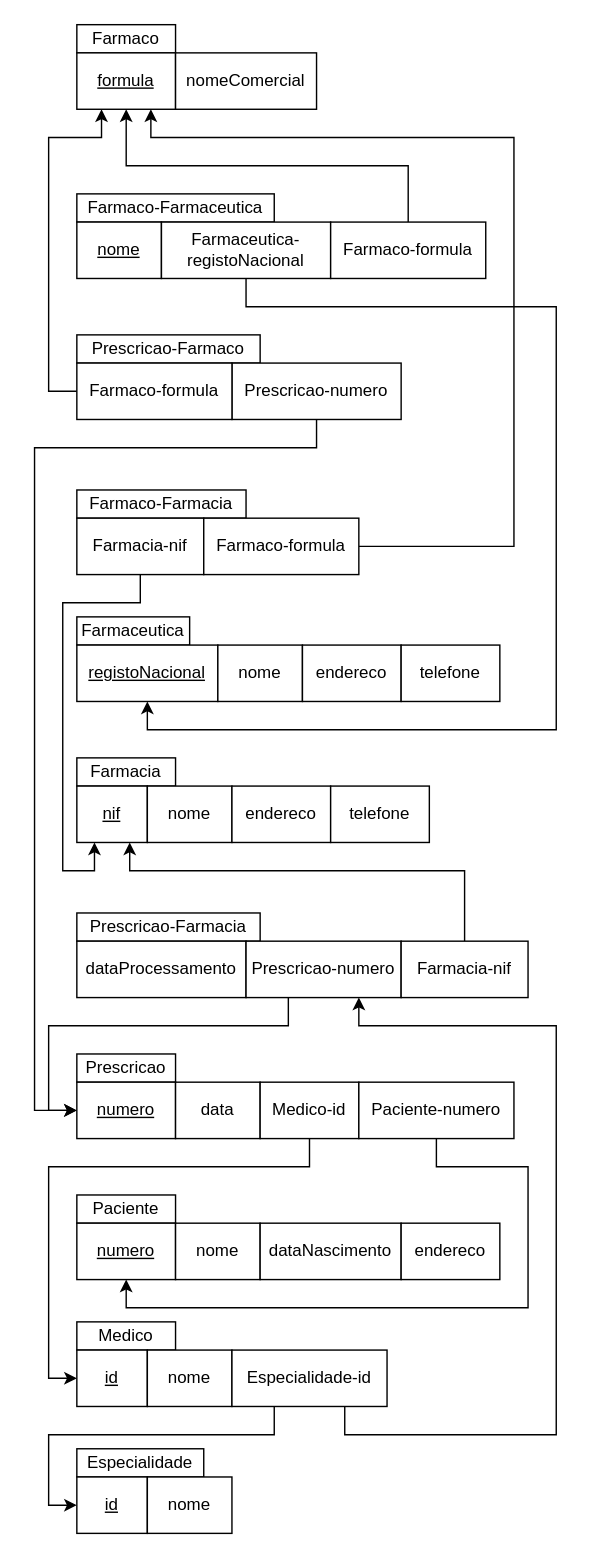
Above: 03/ex_3_3b.drawio in sebastiaoteixeira/bd-lessons (draw.io), before the change. Source tidied: cells renumbered, new cells numbered last; positions are measured from the earlier drawing's top-left corner, leaving out a move shared by most shapes. Both pictures are drawn from the tidied source at 141%, with x=0, y=0 at pixel (34, 24).
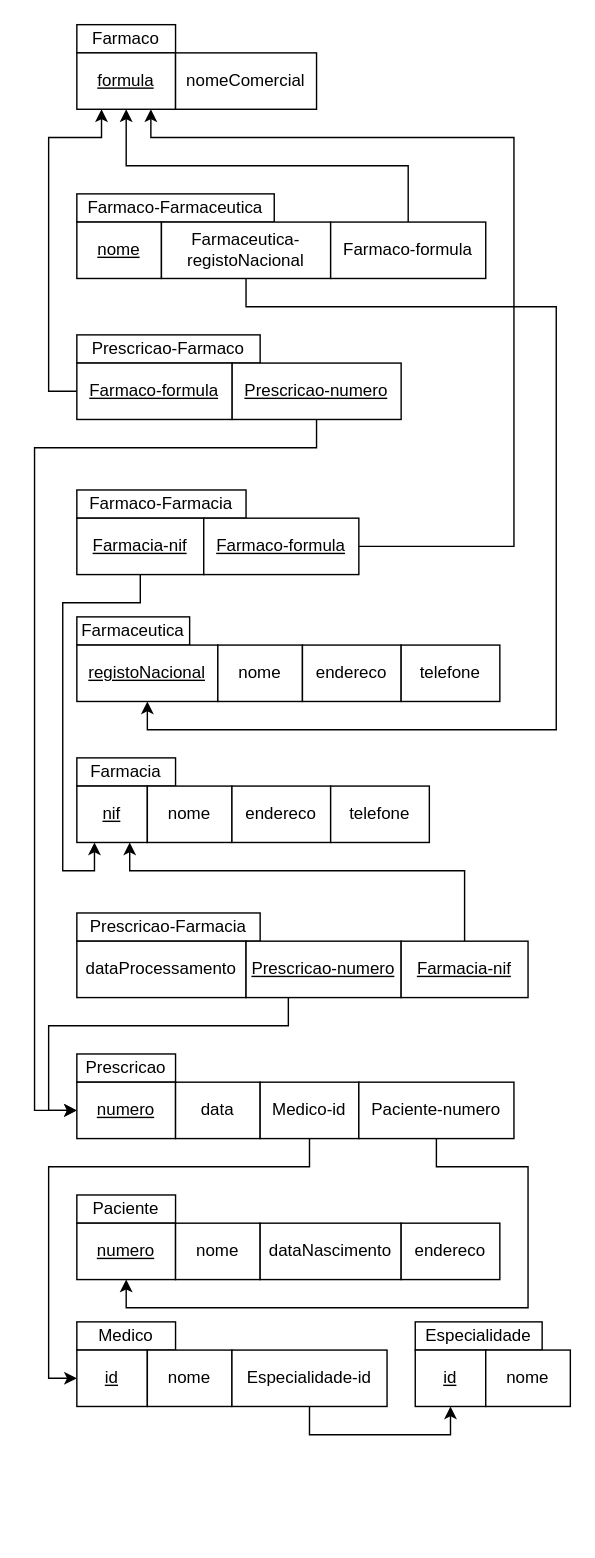
Above is the later version.

The change refers to these unchanged cells:
```xml
<mxCell id="19" value="Especialidade-id" style="rounded=0;whiteSpace=wrap;html=1;" parent="1" vertex="1">
  <mxGeometry x="140" y="940" width="110" height="40" as="geometry" />
</mxCell>
```

Diff of the diagram source:
```diff
@@
-    <mxCell id="17" style="edgeStyle=orthogonalEdgeStyle;rounded=0;jettySize=auto;html=1;" parent="1" edge="1" source="19" target="26">
-      <mxGeometry relative="1" as="geometry">
-        <Array as="points">
-          <mxPoint x="220" y="1000" />
-          <mxPoint x="370" y="1000" />
-          <mxPoint x="370" y="710" />
-          <mxPoint x="230" y="710" />
-        </Array>
-      </mxGeometry>
-    </mxCell>
-    <mxCell id="18" style="edgeStyle=orthogonalEdgeStyle;rounded=0;jettySize=auto;html=1;entryX=0;entryY=0.5;entryDx=0;entryDy=0;" parent="1" edge="1" source="19" target="21">
+    <mxCell id="18" style="edgeStyle=orthogonalEdgeStyle;rounded=0;jettySize=auto;html=1;entryX=0.5;entryY=1;entryDx=0;entryDy=0;" parent="1" edge="1" source="19" target="21">
       <mxGeometry relative="1" as="geometry">
         <Array as="points">
-          <mxPoint x="170" y="1000" />
-          <mxPoint x="10" y="1000" />
-          <mxPoint x="10" y="1050" />
+          <mxPoint x="195" y="1000" />
+          <mxPoint x="295" y="1000" />
         </Array>
       </mxGeometry>
     </mxCell>
@@
     <mxCell id="20" value="Especialidade" style="rounded=0;whiteSpace=wrap;html=1;" parent="1" vertex="1">
-      <mxGeometry x="30" y="1010" width="90" height="20" as="geometry" />
+      <mxGeometry x="270" y="920" width="90" height="20" as="geometry" />
     </mxCell>
     <mxCell id="21" value="id" style="rounded=0;whiteSpace=wrap;html=1;fontStyle=4;" parent="1" vertex="1">
-      <mxGeometry x="30" y="1030" width="50" height="40" as="geometry" />
+      <mxGeometry x="270" y="940" width="50" height="40" as="geometry" />
     </mxCell>
     <mxCell id="22" value="nome" style="rounded=0;whiteSpace=wrap;html=1;" parent="1" vertex="1">
-      <mxGeometry x="80" y="1030" width="60" height="40" as="geometry" />
+      <mxGeometry x="320" y="940" width="60" height="40" as="geometry" />
     </mxCell>
@@
-    <mxCell id="26" value="Prescricao-numero" style="rounded=0;whiteSpace=wrap;html=1;" parent="1" vertex="1">
+    <mxCell id="26" value="Prescricao-numero" style="rounded=0;whiteSpace=wrap;html=1;fontStyle=4;" parent="1" vertex="1">
       <mxGeometry x="150" y="650" width="110" height="40" as="geometry" />
     </mxCell>
@@
-    <mxCell id="28" value="Farmacia-nif" style="rounded=0;whiteSpace=wrap;html=1;" parent="1" vertex="1">
+    <mxCell id="28" value="Farmacia-nif" style="rounded=0;whiteSpace=wrap;html=1;fontStyle=4;" parent="1" vertex="1">
       <mxGeometry x="260" y="650" width="90" height="40" as="geometry" />
     </mxCell>
@@
-    <mxCell id="36" value="Prescricao-numero" style="rounded=0;whiteSpace=wrap;html=1;fontStyle=0;" parent="1" vertex="1">
+    <mxCell id="36" value="Prescricao-numero" style="rounded=0;whiteSpace=wrap;html=1;fontStyle=4;" parent="1" vertex="1">
       <mxGeometry x="140" y="240" width="120" height="40" as="geometry" />
     </mxCell>
@@
-    <mxCell id="38" value="Farmaco-formula" style="rounded=0;whiteSpace=wrap;html=1;" parent="1" vertex="1">
+    <mxCell id="38" value="Farmaco-formula" style="rounded=0;whiteSpace=wrap;html=1;fontStyle=4;" parent="1" vertex="1">
       <mxGeometry x="30" y="240" width="110" height="40" as="geometry" />
     </mxCell>
@@
-    <mxCell id="44" value="Farmacia-nif" style="rounded=0;whiteSpace=wrap;html=1;fontStyle=0;" parent="1" vertex="1">
+    <mxCell id="44" value="Farmacia-nif" style="rounded=0;whiteSpace=wrap;html=1;fontStyle=4;" parent="1" vertex="1">
       <mxGeometry x="30" y="350" width="90" height="40" as="geometry" />
     </mxCell>
@@
-    <mxCell id="46" value="Farmaco-formula" style="rounded=0;whiteSpace=wrap;html=1;" parent="1" vertex="1">
+    <mxCell id="46" value="Farmaco-formula" style="rounded=0;whiteSpace=wrap;html=1;fontStyle=4;" parent="1" vertex="1">
       <mxGeometry x="120" y="350" width="110" height="40" as="geometry" />
     </mxCell>
```
